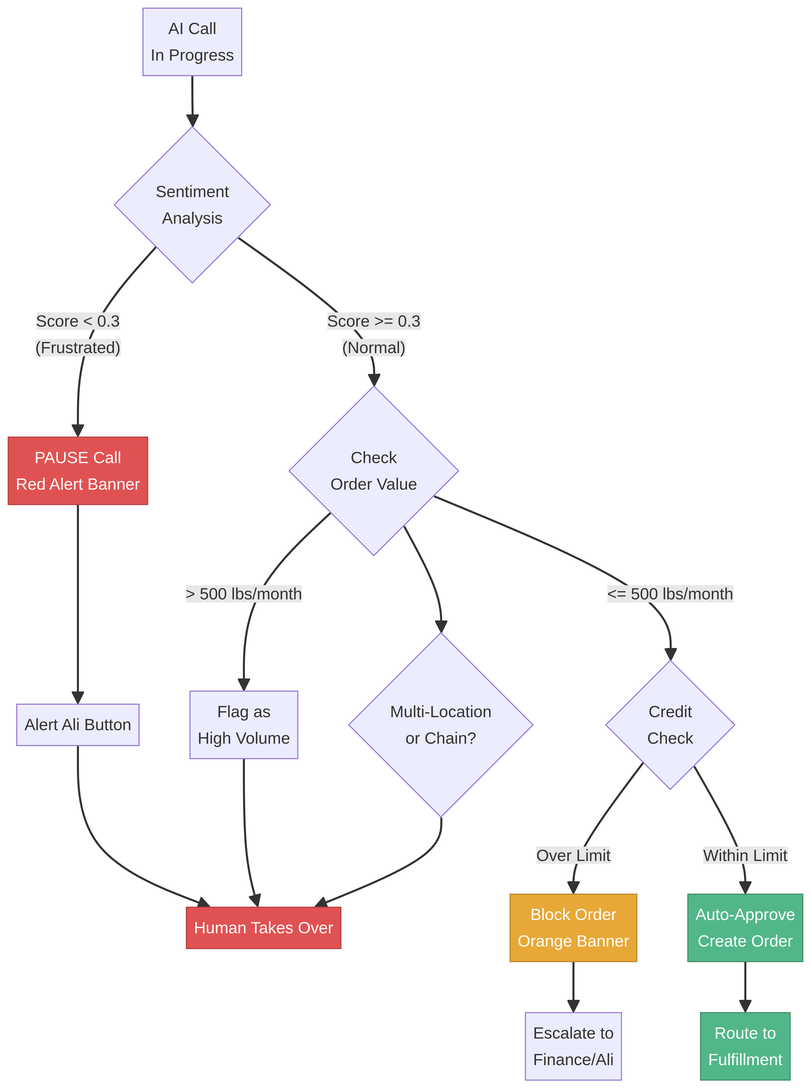
The Mermaid diagram docs/diagrams/05_hitl_escalation.png in sk6786/AliWholesaleSaas, before a commit. Its source is kept beside it as docs/diagrams/05_hitl_escalation.mmd.
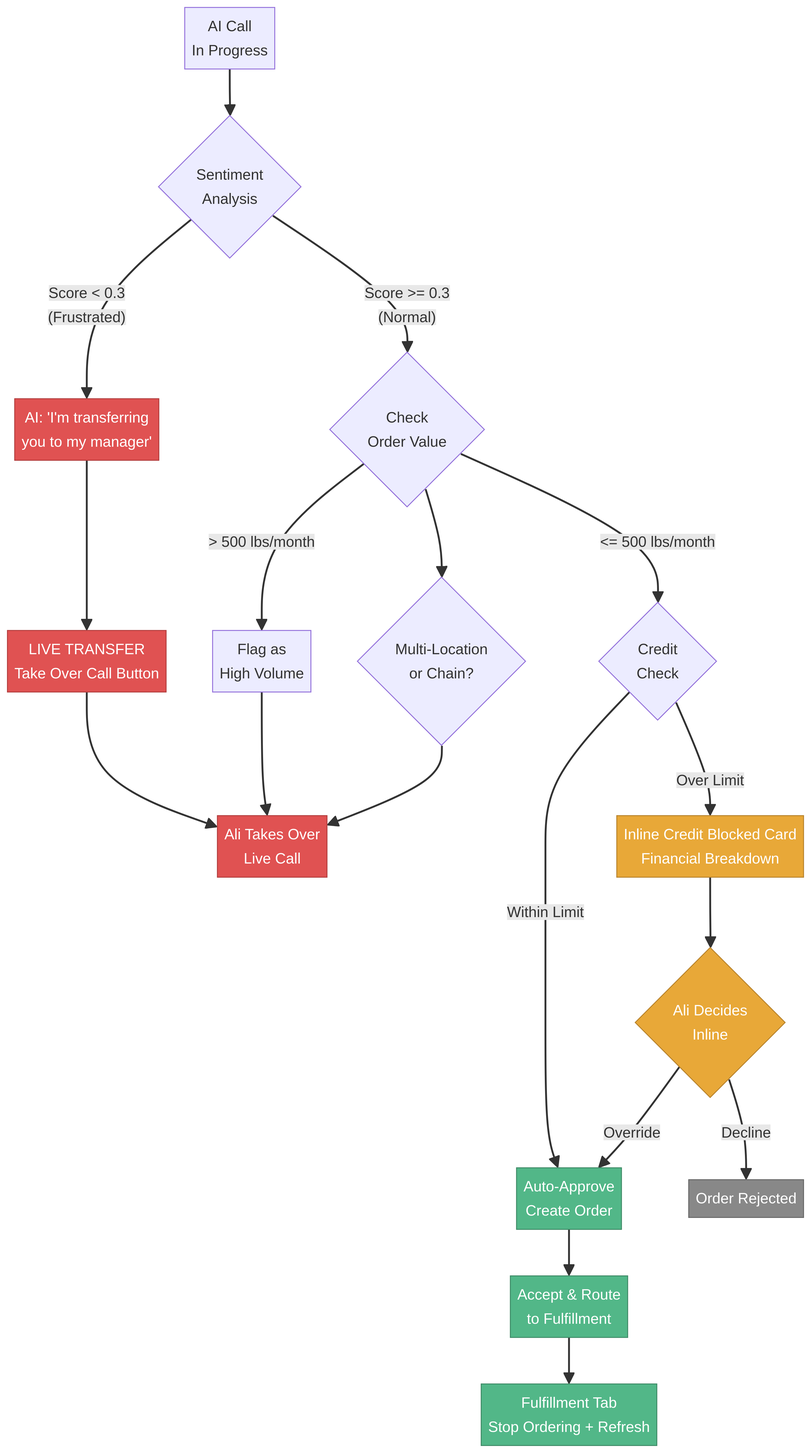
Above is the later version.

Commit message:
UX redesign: inline interrupts, live transfer, fulfillment with stop ordering

Change to the diagram source:
```diff
@@ -1,28 +1,35 @@
 flowchart TD
     A["AI Call<br/>In Progress"] --> B{"Sentiment<br/>Analysis"}
 
-    B -->|"Score < 0.3<br/>(Frustrated)"| C["PAUSE Call<br/>Red Alert Banner"]
+    B -->|"Score < 0.3<br/>(Frustrated)"| C["AI: 'I'm transferring<br/>you to my manager'"]
     B -->|"Score >= 0.3<br/>(Normal)"| D{"Check<br/>Order Value"}
 
-    C --> E["Alert Ali Button"]
-    E --> F["Human Takes Over"]
+    C --> E["LIVE TRANSFER<br/>Take Over Call Button"]
+    E --> F["Ali Takes Over<br/>Live Call"]
 
     D -->|"> 500 lbs/month"| G["Flag as<br/>High Volume"]
     D -->|"<= 500 lbs/month"| H{"Credit<br/>Check"}
     G --> F
 
-    H -->|"Over Limit"| I["Block Order<br/>Orange Banner"]
+    H -->|"Over Limit"| I["Inline Credit Blocked Card<br/>Financial Breakdown"]
     H -->|"Within Limit"| J["Auto-Approve<br/>Create Order"]
 
-    I --> K["Escalate to<br/>Finance/Ali"]
+    I --> K{"Ali Decides<br/>Inline"}
+    K -->|"Override"| J
+    K -->|"Decline"| N["Order Rejected"]
 
-    J --> L["Route to<br/>Fulfillment"]
+    J --> L["Accept & Route<br/>to Fulfillment"]
+    L --> O["Fulfillment Tab<br/>Stop Ordering + Refresh"]
 
     M{"Multi-Location<br/>or Chain?"} --> F
     D --> M
 
     style C fill:#E05252,stroke:#B33E3E,color:#fff
+    style E fill:#E05252,stroke:#B33E3E,color:#fff
     style F fill:#E05252,stroke:#B33E3E,color:#fff
     style I fill:#E8A838,stroke:#B8832C,color:#fff
+    style K fill:#E8A838,stroke:#B8832C,color:#fff
+    style N fill:#888,stroke:#666,color:#fff
     style J fill:#52B788,stroke:#3E8A66,color:#fff
     style L fill:#52B788,stroke:#3E8A66,color:#fff
+    style O fill:#52B788,stroke:#3E8A66,color:#fff
```
